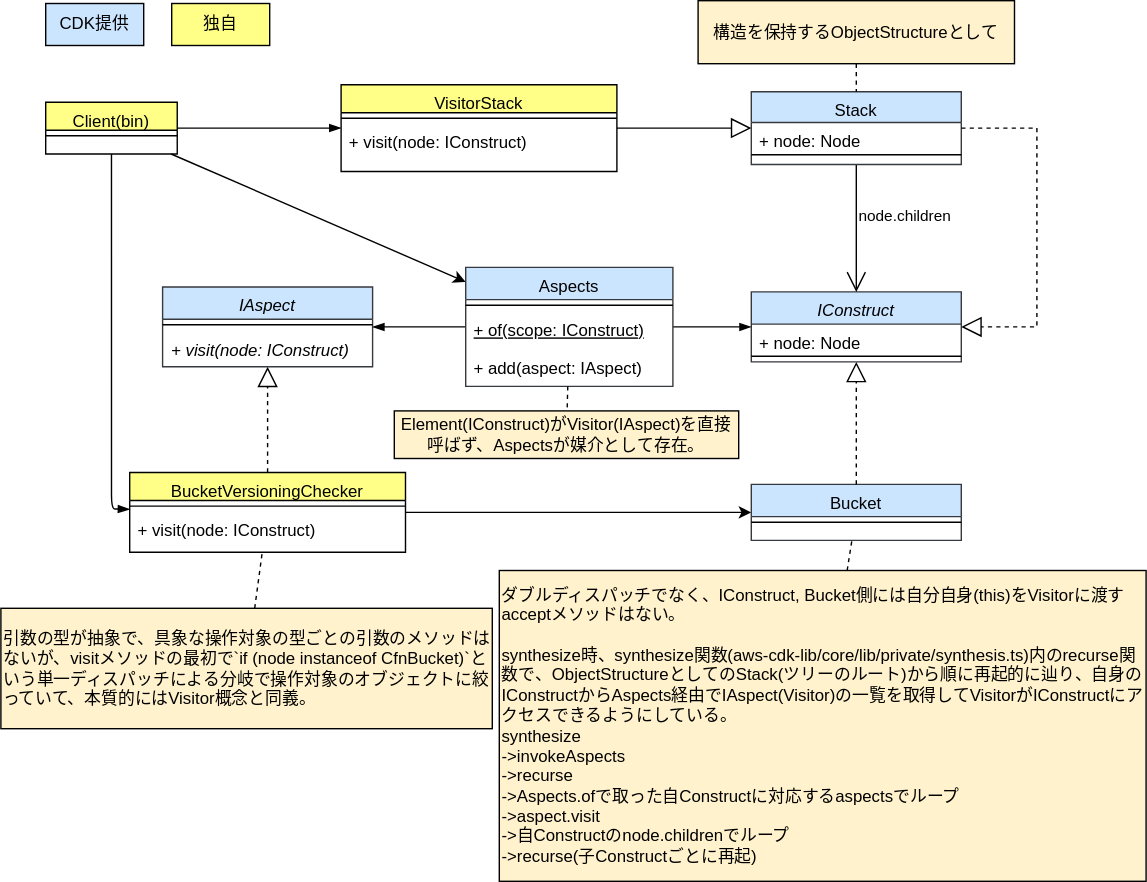
The draw.io diagram drawio/visitor/visitor-cdk-simplified.drawio.svg in go-to-k/cdk-gof-design-pattern, before a commit. Source tidied: cells renumbered, new cells last; positions are measured from the earlier drawing's top-left corner, leaving out a move shared by most shapes.
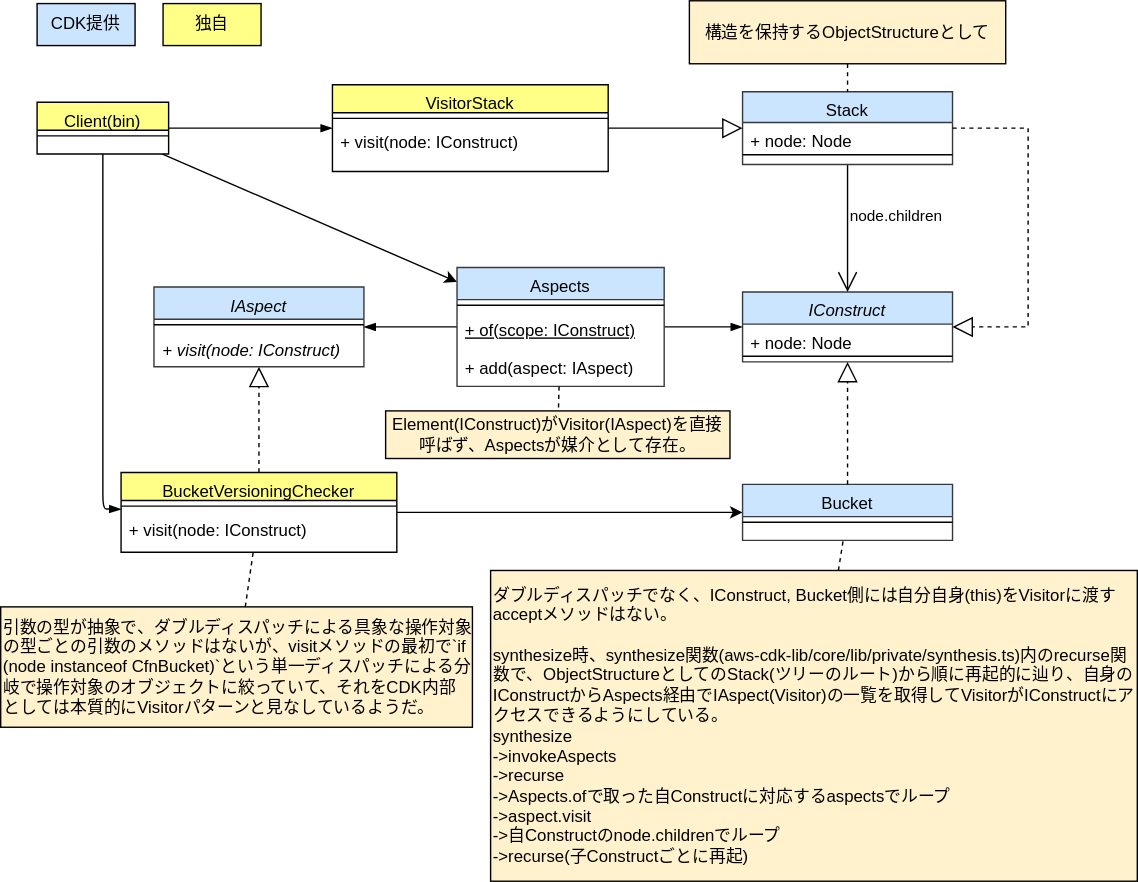
Above is the later version.

Commit message:
update visitor diagrams

What changed in the source:
```diff
@@ -53,8 +53,8 @@
     <mxCell id="18" style="edgeStyle=none;html=1;strokeColor=#000000;endArrow=none;endFill=0;dashed=1;" parent="1" edge="1" source="19" target="5">
       <mxGeometry relative="1" as="geometry" />
     </mxCell>
-    <mxCell id="19" value="引数の型が抽象で、具象な操作対象の型ごとの引数のメソッドはないが、visitメソッドの最初で`if (node instanceof CfnBucket)`という単一ディスパッチによる分岐で操作対象のオブジェクトに絞っていて、本質的にはVisitor概念と同義。" style="text;html=1;strokeColor=#000000;fillColor=#fff2cc;align=left;verticalAlign=middle;whiteSpace=wrap;rounded=0;fontColor=#000000;" parent="1" vertex="1">
-      <mxGeometry y="434" width="351" height="86" as="geometry" />
+    <mxCell id="19" value="引数の型が抽象で、ダブルディスパッチによる具象な操作対象の型ごとの引数のメソッドはないが、visitメソッドの最初で`if (node instanceof CfnBucket)`という単一ディスパッチによる分岐で操作対象のオブジェクトに絞っていて、それをCDK内部としては本質的にVisitorパターンと見なしているようだ。" style="text;html=1;strokeColor=#000000;fillColor=#fff2cc;align=left;verticalAlign=middle;whiteSpace=wrap;rounded=0;fontColor=#000000;" parent="1" vertex="1">
+      <mxGeometry x="6" y="433" width="337" height="86" as="geometry" />
     </mxCell>
     <mxCell id="20" style="edgeStyle=none;html=1;dashed=1;strokeColor=#000000;endArrow=none;endFill=0;" parent="1" edge="1" source="21" target="12">
       <mxGeometry relative="1" as="geometry" />
```
